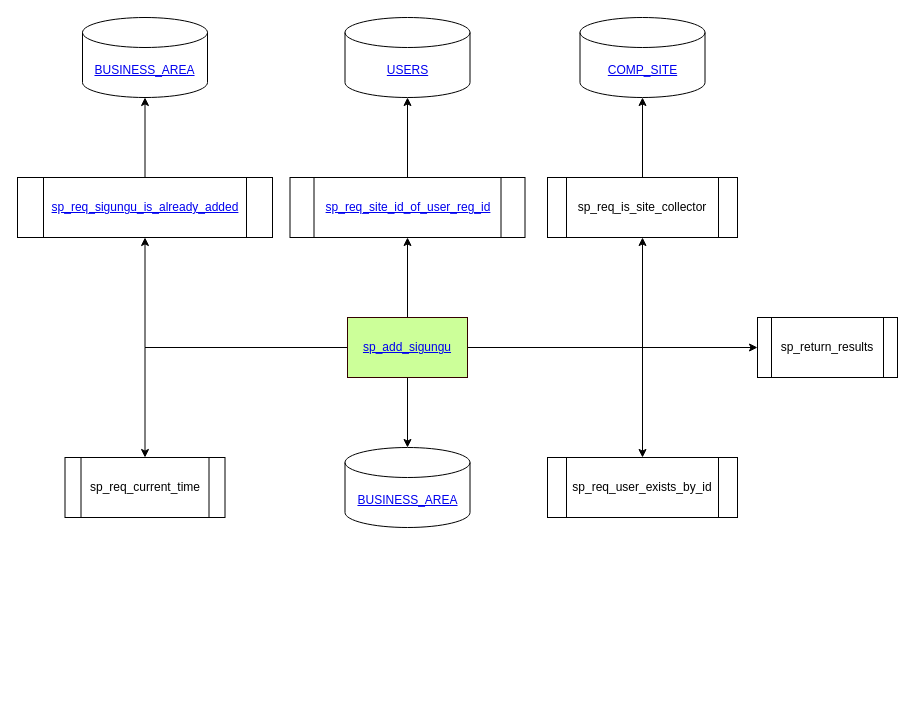
This is sp_add_sigungu.drawio from Leo-Nam/chium_draw, a draw.io file, before an edit. Source tidied: cells renumbered, new cells numbered last; positions are measured from the earlier drawing's top-left corner, leaving out a move shared by most shapes. Both pictures are drawn from the tidied source at 100%, with x=0, y=0 at pixel (17, 17).
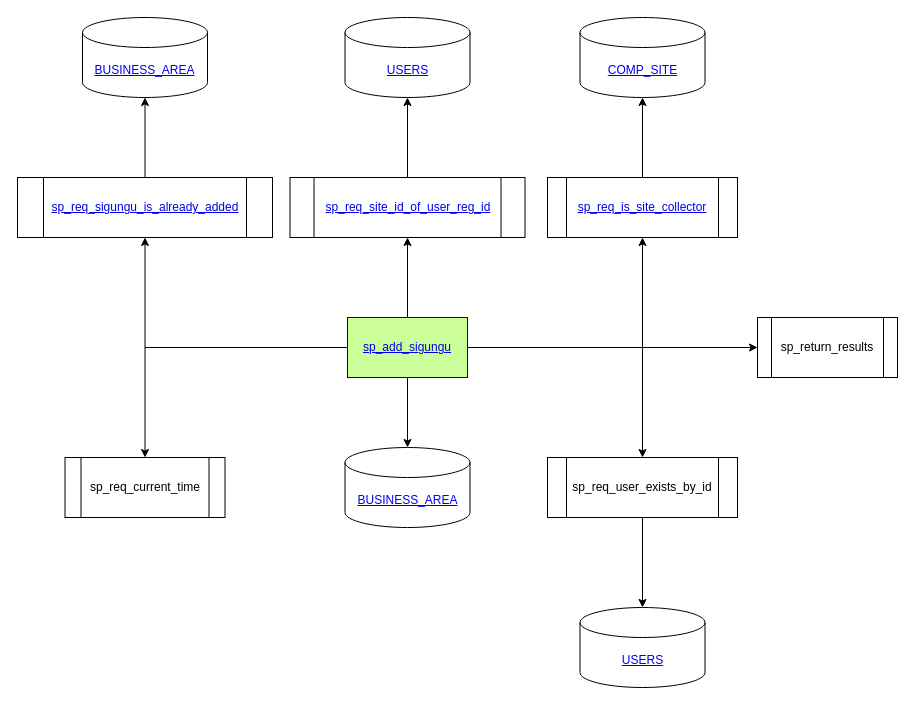
Above is the later version.

Commit message (it also covers changes not shown here):
sp_req_user_exists_by_id

The change refers to these unchanged cells:
```xml
<mxCell id="12" value="sp_req_user_exists_by_id" style="shape=process;whiteSpace=wrap;html=1;backgroundOutline=1;rounded=0;" parent="1" vertex="1">
  <mxGeometry x="530" y="440" width="190" height="60" as="geometry" />
</mxCell>
```

The edit, as a diff of the source:
```diff
@@
+    <mxCell id="23" style="edgeStyle=orthogonalEdgeStyle;rounded=0;jettySize=auto;html=1;" parent="1" edge="1" source="12" target="24">
+      <mxGeometry relative="1" as="geometry" />
+    </mxCell>
@@
-    <mxCell id="16" value="sp_req_is_site_collector" style="shape=process;whiteSpace=wrap;html=1;backgroundOutline=1;" parent="1" vertex="1">
+    <mxCell id="16" value="&lt;a href=&quot;https://github.com/Leo-Nam/chium_draw/blob/master/sp_req_is_site_collector.drawio&quot;&gt;sp_req_is_site_collector&lt;/a&gt;" style="shape=process;whiteSpace=wrap;html=1;backgroundOutline=1;" parent="1" vertex="1">
       <mxGeometry x="530" y="160" width="190" height="60" as="geometry" />
     </mxCell>
@@
+    <mxCell id="24" value="&lt;a href=&quot;https://www.notion.so/USERS-20656cfbb07d4dedb33482dccb7d81cd&quot;&gt;USERS&lt;/a&gt;" style="shape=cylinder3;whiteSpace=wrap;html=1;boundedLbl=1;backgroundOutline=1;size=15;" parent="1" vertex="1">
+      <mxGeometry x="562.5" y="590" width="125" height="80" as="geometry" />
+    </mxCell>
```
